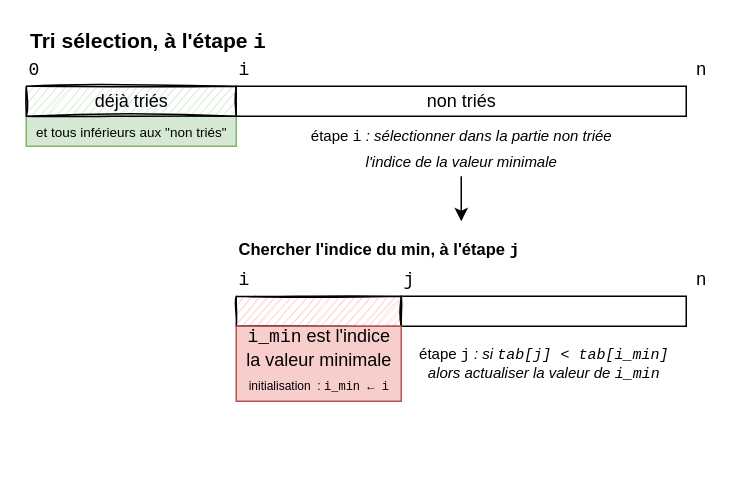
padilla-nsi/1nsi keeps this draw.io diagram as cours/algorithmes/algos_1/tris/img_tri_insertion.drawio. Above is the earlier version. Source tidied: cells renumbered, new cells numbered last; positions are measured from the earlier drawing's top-left corner, leaving out a move shared by most shapes. Both pictures are drawn from the tidied source at 150%, with x=0, y=0 at pixel (26, 26).
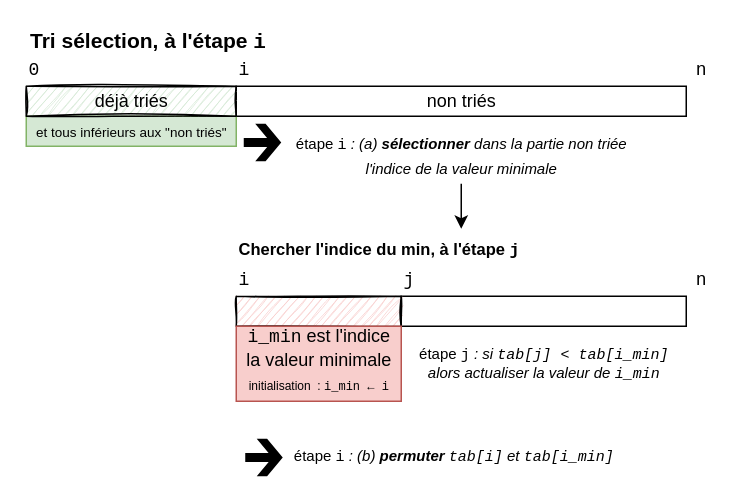
After the change.

Commit message (it also covers changes not shown here):
ajout étape (b) du schéma

Change to the diagram source:
```diff
@@
     <mxCell id="15" style="edgeStyle=none;html=1;fontFamily=Helvetica;fontSize=10;" parent="1" edge="1" source="16">
       <mxGeometry relative="1" as="geometry">
-        <mxPoint x="290" y="130" as="targetPoint" />
+        <mxPoint x="290" y="135" as="targetPoint" />
       </mxGeometry>
     </mxCell>
-    <mxCell id="16" value="&lt;span style=&quot;font-size: 10px&quot;&gt;&lt;span style=&quot;font-style: normal&quot;&gt;étape &lt;font face=&quot;Courier New&quot;&gt;i&lt;/font&gt;&amp;nbsp;&lt;/span&gt;: sélectionner dans la partie non triée&lt;br&gt;l'indice de&amp;nbsp;la valeur minimale&lt;br&gt;&lt;/span&gt;" style="text;html=1;align=center;verticalAlign=middle;points=[];strokeColor=none;fillColor=none;fontSize=14;fontFamily=Helvetica;fontStyle=2;" parent="1" vertex="1">
-      <mxGeometry x="180" y="60" width="220" height="40" as="geometry" />
+    <mxCell id="16" value="&lt;span style=&quot;font-size: 10px&quot;&gt;&lt;span style=&quot;font-style: normal&quot;&gt;étape &lt;font face=&quot;Courier New&quot;&gt;i&lt;/font&gt;&amp;nbsp;&lt;/span&gt;: (a) &lt;b&gt;sélectionner&lt;/b&gt; dans la partie non triée&lt;br&gt;l'indice de&amp;nbsp;la valeur minimale&lt;br&gt;&lt;/span&gt;" style="text;html=1;align=center;verticalAlign=middle;points=[];strokeColor=none;fillColor=none;fontSize=14;fontFamily=Helvetica;fontStyle=2;" parent="1" vertex="1">
+      <mxGeometry x="170" y="65" width="240" height="40" as="geometry" />
     </mxCell>
@@
+    <mxCell id="24" style="shape=mxgraph.signs.travel.arrow_east;html=1;fillColor=#000000;strokeColor=none;verticalLabelPosition=bottom;verticalAlign=top;align=center;sketch=0;rounded=0;shadow=0;glass=0;fontFamily=Courier New;fontSize=8;" parent="1" vertex="1">
+      <mxGeometry x="145" y="65" width="25" height="25" as="geometry" />
+    </mxCell>
+    <mxCell id="25" value="&lt;span style=&quot;font-size: 10px&quot;&gt;&lt;span style=&quot;font-style: normal&quot;&gt;étape &lt;font face=&quot;Courier New&quot;&gt;i&lt;/font&gt;&amp;nbsp;&lt;/span&gt;: (b) &lt;b&gt;permuter&lt;/b&gt; &lt;font face=&quot;Courier New&quot;&gt;tab[i]&lt;/font&gt; et &lt;font face=&quot;Courier New&quot;&gt;tab[i_min]&lt;/font&gt;&lt;br&gt;&lt;/span&gt;" style="text;html=1;align=center;verticalAlign=middle;strokeColor=none;fillColor=none;fontSize=14;fontFamily=Helvetica;fontStyle=2;" parent="1" vertex="1">
+      <mxGeometry x="170" y="275" width="230" height="20" as="geometry" />
+    </mxCell>
+    <mxCell id="26" style="shape=mxgraph.signs.travel.arrow_east;html=1;fillColor=#000000;strokeColor=none;verticalLabelPosition=bottom;verticalAlign=top;align=center;sketch=0;rounded=0;shadow=0;glass=0;fontFamily=Courier New;fontSize=8;" parent="1" vertex="1">
+      <mxGeometry x="146" y="275" width="25" height="25" as="geometry" />
+    </mxCell>
```
